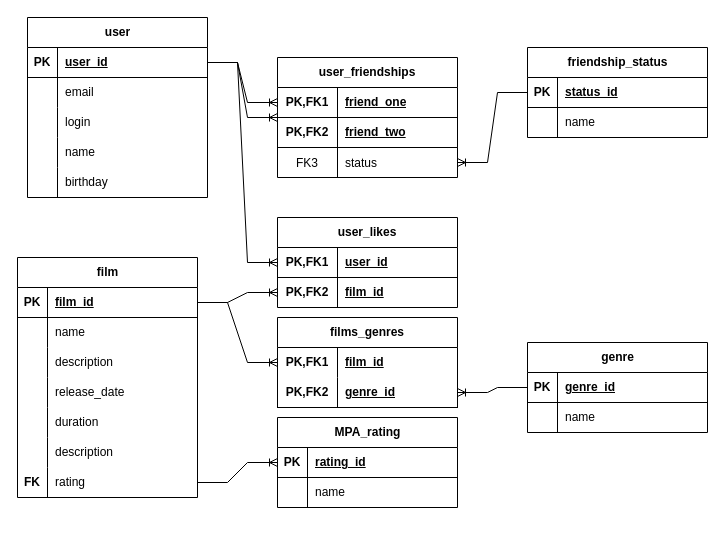
Earlier version of the draw.io diagram Filmorate_ER.drawio (Kirill495/filmorate_ER_diagram). Source tidied: cells renumbered, new cells numbered last; positions are measured from the earlier drawing's top-left corner, leaving out a move shared by most shapes. Both pictures are drawn from the tidied source at 100%, with x=0, y=0 at pixel (17, -453).
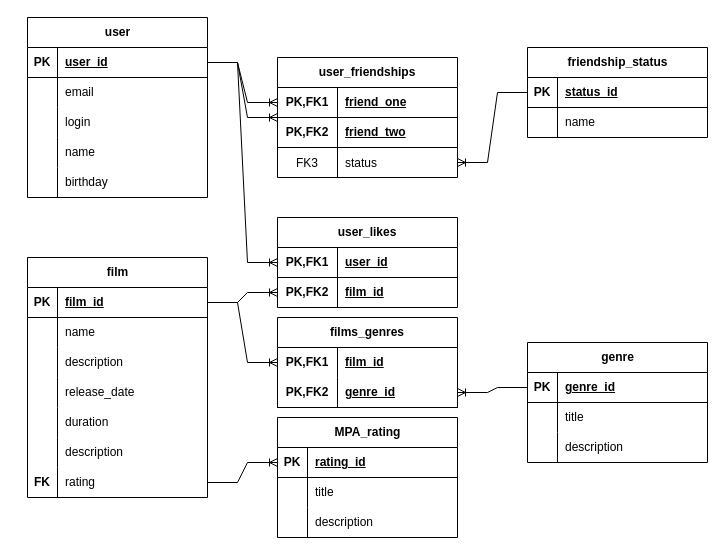
Above is the later version.

Unchanged cells that the change refers to:
```xml
<mxCell id="6" style="shape=tableRow;horizontal=0;startSize=0;swimlaneHead=0;swimlaneBody=0;fillColor=none;top=0;left=0;right=0;bottom=0;" parent="2" vertex="1">
  <mxGeometry y="60" width="180" height="30" as="geometry" />
</mxCell>
<mxCell id="13" style="shape=tableRow;horizontal=0;startSize=0;swimlaneHead=0;swimlaneBody=0;fillColor=none;top=0;left=0;right=0;bottom=0;" parent="9" vertex="1">
  <mxGeometry y="60" width="180" height="30" as="geometry" />
</mxCell>
```

Change to the diagram source:
```diff
@@
     <mxCell id="2" value="genre" style="shape=table;startSize=30;childLayout=tableLayout;rowLines=0;fontStyle=1;align=center;html=1;" parent="1" vertex="1">
-      <mxGeometry x="510" y="795" width="180" height="90" as="geometry" />
+      <mxGeometry x="510" y="795" width="180" height="120" as="geometry" />
     </mxCell>
@@
-    <mxCell id="8" value="name" style="shape=partialRectangle;fillColor=none;top=0;left=0;bottom=0;right=0;align=left;spacingLeft=6;overflow=hidden;whiteSpace=wrap;html=1;" parent="6" vertex="1">
+    <mxCell id="8" value="title" style="shape=partialRectangle;fillColor=none;top=0;left=0;bottom=0;right=0;align=left;spacingLeft=6;overflow=hidden;whiteSpace=wrap;html=1;" parent="6" vertex="1">
       <mxGeometry x="30" width="150" height="30" as="geometry" />
     </mxCell>
+    <mxCell id="94" style="shape=tableRow;horizontal=0;startSize=0;swimlaneHead=0;swimlaneBody=0;fillColor=none;top=0;left=0;right=0;bottom=0;" parent="2" vertex="1">
+      <mxGeometry y="90" width="180" height="30" as="geometry" />
+    </mxCell>
+    <mxCell id="95" style="shape=partialRectangle;fillColor=none;top=0;left=0;bottom=0;right=0;overflow=hidden;whiteSpace=wrap;html=1;" parent="94" vertex="1">
+      <mxGeometry width="30" height="30" as="geometry" />
+    </mxCell>
+    <mxCell id="96" value="description" style="shape=partialRectangle;fillColor=none;top=0;left=0;bottom=0;right=0;align=left;spacingLeft=6;overflow=hidden;whiteSpace=wrap;html=1;" parent="94" vertex="1">
+      <mxGeometry x="30" width="150" height="30" as="geometry" />
+    </mxCell>
     <mxCell id="9" value="MPA_rating" style="shape=table;startSize=30;childLayout=tableLayout;rowLines=0;fontStyle=1;align=center;html=1;" parent="1" vertex="1">
-      <mxGeometry x="260" y="870" width="180" height="90" as="geometry" />
+      <mxGeometry x="260" y="870" width="180" height="120" as="geometry" />
     </mxCell>
@@
-    <mxCell id="15" value="name" style="shape=partialRectangle;fillColor=none;top=0;left=0;bottom=0;right=0;align=left;spacingLeft=6;overflow=hidden;whiteSpace=wrap;html=1;" parent="13" vertex="1">
+    <mxCell id="15" value="title" style="shape=partialRectangle;fillColor=none;top=0;left=0;bottom=0;right=0;align=left;spacingLeft=6;overflow=hidden;whiteSpace=wrap;html=1;" parent="13" vertex="1">
       <mxGeometry x="30" width="150" height="30" as="geometry" />
     </mxCell>
+    <mxCell id="97" style="shape=tableRow;horizontal=0;startSize=0;swimlaneHead=0;swimlaneBody=0;fillColor=none;top=0;left=0;right=0;bottom=0;" parent="9" vertex="1">
+      <mxGeometry y="90" width="180" height="30" as="geometry" />
+    </mxCell>
+    <mxCell id="98" style="shape=partialRectangle;fillColor=none;top=0;left=0;bottom=0;right=0;overflow=hidden;whiteSpace=wrap;html=1;" parent="97" vertex="1">
+      <mxGeometry width="30" height="30" as="geometry" />
+    </mxCell>
+    <mxCell id="99" value="description" style="shape=partialRectangle;fillColor=none;top=0;left=0;bottom=0;right=0;align=left;spacingLeft=6;overflow=hidden;whiteSpace=wrap;html=1;" parent="97" vertex="1">
+      <mxGeometry x="30" width="150" height="30" as="geometry" />
+    </mxCell>
@@
     <mxCell id="17" value="film" style="shape=table;startSize=30;childLayout=tableLayout;rowLines=0;fontStyle=1;align=center;html=1;" parent="1" vertex="1">
-      <mxGeometry y="710" width="180" height="240" as="geometry" />
+      <mxGeometry x="10" y="710" width="180" height="240" as="geometry" />
     </mxCell>
```
